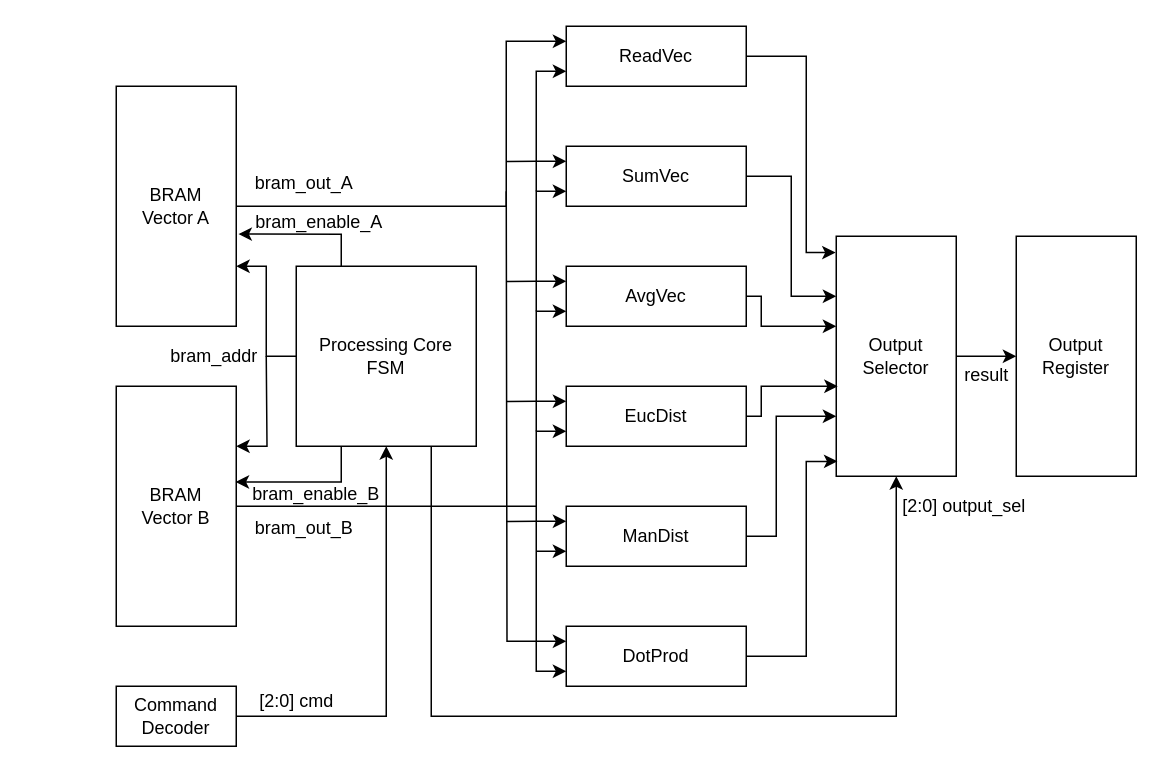
Grimrist/vector_coprocessor keeps this draw.io diagram as processing_core.drawio. Above is the earlier version. Source tidied: cells renumbered, new cells numbered last; positions are measured from the earlier drawing's top-left corner, leaving out a move shared by most shapes. Both pictures are drawn from the tidied source at 150%, with x=0, y=0 at pixel (116, 26).
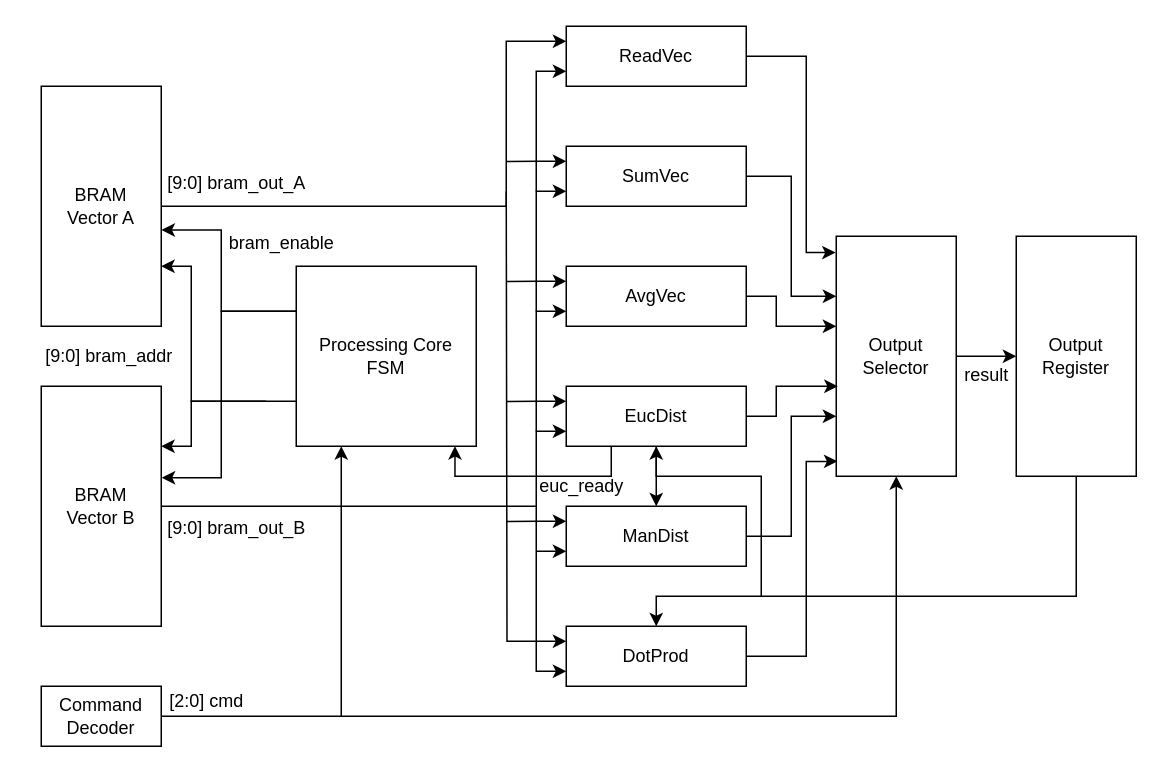
Above is the later version.

Commit message (it also covers changes not shown here):
Add processing core diagrams

Unchanged cells that the change refers to:
```xml
<mxCell id="14" value="SumVec" style="rounded=0;whiteSpace=wrap;html=1;" parent="1" vertex="1">
  <mxGeometry x="300" y="80" width="120" height="40" as="geometry" />
</mxCell>
<mxCell id="17" value="AvgVec" style="rounded=0;whiteSpace=wrap;html=1;" parent="1" vertex="1">
  <mxGeometry x="300" y="160" width="120" height="40" as="geometry" />
</mxCell>
<mxCell id="20" value="EucDist" style="rounded=0;whiteSpace=wrap;html=1;" parent="1" vertex="1">
  <mxGeometry x="300" y="240" width="120" height="40" as="geometry" />
</mxCell>
<mxCell id="24" value="ManDist" style="rounded=0;whiteSpace=wrap;html=1;" parent="1" vertex="1">
  <mxGeometry x="300" y="320" width="120" height="40" as="geometry" />
</mxCell>
<mxCell id="26" value="DotProd" style="rounded=0;whiteSpace=wrap;html=1;" parent="1" vertex="1">
  <mxGeometry x="300" y="400" width="120" height="40" as="geometry" />
</mxCell>
<mxCell id="29" value="Processing&amp;nbsp;&lt;span style=&quot;background-color: transparent; color: light-dark(rgb(0, 0, 0), rgb(255, 255, 255));&quot;&gt;Core&lt;/span&gt;&lt;div&gt;FSM&lt;/div&gt;" style="rounded=0;whiteSpace=wrap;html=1;" parent="1" vertex="1">
  <mxGeometry x="120" y="160" width="120" height="120" as="geometry" />
</mxCell>
<mxCell id="32" value="Output&lt;div&gt;Register&lt;/div&gt;" style="rounded=0;whiteSpace=wrap;html=1;" parent="1" vertex="1">
  <mxGeometry x="600" y="140" width="80" height="160" as="geometry" />
</mxCell>
<mxCell id="34" value="Output&lt;div&gt;Selector&lt;/div&gt;" style="rounded=0;whiteSpace=wrap;html=1;" parent="1" vertex="1">
  <mxGeometry x="480" y="140" width="80" height="160" as="geometry" />
</mxCell>
```

Diff of the diagram source:
```diff
@@
     <mxCell id="3" value="BRAM&lt;div&gt;Vector A&lt;/div&gt;" style="rounded=0;whiteSpace=wrap;html=1;" parent="1" vertex="1">
-      <mxGeometry y="40" width="80" height="160" as="geometry" />
+      <mxGeometry x="-50" y="40" width="80" height="160" as="geometry" />
     </mxCell>
     <mxCell id="4" style="edgeStyle=orthogonalEdgeStyle;rounded=0;jettySize=auto;html=1;exitX=1;exitY=0.25;exitDx=0;exitDy=0;endArrow=none;endFill=0;startArrow=classic;startFill=1;" parent="1" edge="1" source="6">
       <mxGeometry relative="1" as="geometry">
-        <mxPoint x="100" y="220" as="targetPoint" />
+        <mxPoint x="100" y="250" as="targetPoint" />
+        <Array as="points">
+          <mxPoint x="50" y="280" />
+          <mxPoint x="50" y="250" />
+        </Array>
       </mxGeometry>
     </mxCell>
@@
     <mxCell id="6" value="BRAM&lt;div&gt;Vector B&lt;/div&gt;" style="rounded=0;whiteSpace=wrap;html=1;" parent="1" vertex="1">
-      <mxGeometry y="240" width="80" height="160" as="geometry" />
+      <mxGeometry x="-50" y="240" width="80" height="160" as="geometry" />
     </mxCell>
-    <mxCell id="7" style="edgeStyle=orthogonalEdgeStyle;rounded=0;jettySize=auto;html=1;entryX=0.5;entryY=1;entryDx=0;entryDy=0;" parent="1" edge="1" source="8" target="29">
+    <mxCell id="7" style="edgeStyle=orthogonalEdgeStyle;rounded=0;jettySize=auto;html=1;entryX=0.25;entryY=1;entryDx=0;entryDy=0;" parent="1" edge="1" source="8" target="29">
       <mxGeometry relative="1" as="geometry" />
     </mxCell>
     <mxCell id="8" value="Command Decoder" style="rounded=0;whiteSpace=wrap;html=1;" parent="1" vertex="1">
-      <mxGeometry y="440" width="80" height="40" as="geometry" />
+      <mxGeometry x="-50" y="440" width="80" height="40" as="geometry" />
     </mxCell>
@@
     <mxCell id="12" style="edgeStyle=orthogonalEdgeStyle;rounded=0;jettySize=auto;html=1;entryX=0;entryY=0.25;entryDx=0;entryDy=0;" parent="1" edge="1" source="14" target="34">
-      <mxGeometry relative="1" as="geometry" />
+      <mxGeometry relative="1" as="geometry">
+        <Array as="points">
+          <mxPoint x="450" y="100" />
+          <mxPoint x="450" y="180" />
+        </Array>
+      </mxGeometry>
     </mxCell>
@@
+    <mxCell id="47" style="edgeStyle=orthogonalEdgeStyle;rounded=0;jettySize=auto;html=1;exitX=0.5;exitY=1;exitDx=0;exitDy=0;entryX=0.5;entryY=0;entryDx=0;entryDy=0;" parent="1" edge="1" source="20" target="24">
+      <mxGeometry relative="1" as="geometry" />
+    </mxCell>
@@
     <mxCell id="22" style="edgeStyle=orthogonalEdgeStyle;rounded=0;jettySize=auto;html=1;entryX=0;entryY=0.75;entryDx=0;entryDy=0;" parent="1" edge="1" source="24" target="34">
       <mxGeometry relative="1" as="geometry">
         <Array as="points">
-          <mxPoint x="440" y="340" />
-          <mxPoint x="440" y="260" />
+          <mxPoint x="450" y="340" />
+          <mxPoint x="450" y="260" />
         </Array>
       </mxGeometry>
     </mxCell>
@@
+    <mxCell id="48" style="edgeStyle=orthogonalEdgeStyle;rounded=0;jettySize=auto;html=1;exitX=0.5;exitY=0;exitDx=0;exitDy=0;endArrow=none;endFill=0;startArrow=classic;startFill=1;" parent="1" edge="1" source="26">
+      <mxGeometry relative="1" as="geometry">
+        <mxPoint x="430" y="380" as="targetPoint" />
+      </mxGeometry>
+    </mxCell>
@@
-    <mxCell id="27" style="edgeStyle=orthogonalEdgeStyle;rounded=0;jettySize=auto;html=1;entryX=1;entryY=0.75;entryDx=0;entryDy=0;" parent="1" edge="1" source="29" target="3">
-      <mxGeometry relative="1" as="geometry" />
+    <mxCell id="27" style="edgeStyle=orthogonalEdgeStyle;rounded=0;jettySize=auto;html=1;entryX=1;entryY=0.75;entryDx=0;entryDy=0;exitX=0;exitY=0.75;exitDx=0;exitDy=0;" parent="1" edge="1" source="29" target="3">
+      <mxGeometry relative="1" as="geometry">
+        <Array as="points">
+          <mxPoint x="50" y="250" />
+          <mxPoint x="50" y="160" />
+        </Array>
+      </mxGeometry>
     </mxCell>
-    <mxCell id="28" style="edgeStyle=orthogonalEdgeStyle;rounded=0;jettySize=auto;html=1;exitX=0.75;exitY=1;exitDx=0;exitDy=0;entryX=0.5;entryY=1;entryDx=0;entryDy=0;" parent="1" edge="1" source="29" target="34">
+    <mxCell id="28" style="edgeStyle=orthogonalEdgeStyle;rounded=0;jettySize=auto;html=1;entryX=0.5;entryY=1;entryDx=0;entryDy=0;" parent="1" edge="1" target="34">
       <mxGeometry relative="1" as="geometry">
+        <mxPoint x="150" y="460" as="sourcePoint" />
         <Array as="points">
-          <mxPoint x="210" y="460" />
           <mxPoint x="520" y="460" />
         </Array>
       </mxGeometry>
     </mxCell>
@@
-    <mxCell id="30" value="bram_addr" style="text;html=1;align=center;verticalAlign=middle;strokeColor=none;fillColor=none;" parent="1" vertex="1">
-      <mxGeometry x="20" y="205" width="90" height="30" as="geometry" />
+    <mxCell id="30" value="[9:0] bram_addr" style="text;html=1;align=center;verticalAlign=middle;strokeColor=none;fillColor=none;" parent="1" vertex="1">
+      <mxGeometry x="-60" y="205" width="110" height="30" as="geometry" />
     </mxCell>
     <mxCell id="31" value="[2:0] cmd" style="text;html=1;align=center;verticalAlign=middle;strokeColor=none;fillColor=none;" parent="1" vertex="1">
-      <mxGeometry x="80" y="435" width="80" height="30" as="geometry" />
+      <mxGeometry x="20" y="435" width="80" height="30" as="geometry" />
     </mxCell>
+    <mxCell id="49" style="edgeStyle=orthogonalEdgeStyle;rounded=0;jettySize=auto;html=1;exitX=0.5;exitY=1;exitDx=0;exitDy=0;" parent="1" edge="1" source="32">
+      <mxGeometry relative="1" as="geometry">
+        <mxPoint x="360" y="280" as="targetPoint" />
+        <Array as="points">
+          <mxPoint x="640" y="380" />
+          <mxPoint x="430" y="380" />
+          <mxPoint x="430" y="300" />
+          <mxPoint x="360" y="300" />
+        </Array>
+      </mxGeometry>
+    </mxCell>
@@
     <mxCell id="36" style="edgeStyle=orthogonalEdgeStyle;rounded=0;jettySize=auto;html=1;" parent="1" edge="1" source="17">
       <mxGeometry relative="1" as="geometry">
         <mxPoint x="480" y="200" as="targetPoint" />
         <Array as="points">
-          <mxPoint x="430" y="180" />
-          <mxPoint x="430" y="200" />
-          <mxPoint x="480" y="200" />
+          <mxPoint x="440" y="180" />
+          <mxPoint x="440" y="200" />
         </Array>
       </mxGeometry>
     </mxCell>
     <mxCell id="37" style="edgeStyle=orthogonalEdgeStyle;rounded=0;jettySize=auto;html=1;" parent="1" edge="1" source="20">
       <mxGeometry relative="1" as="geometry">
         <mxPoint x="481" y="240" as="targetPoint" />
         <Array as="points">
-          <mxPoint x="430" y="260" />
-          <mxPoint x="430" y="240" />
-          <mxPoint x="481" y="240" />
+          <mxPoint x="440" y="260" />
+          <mxPoint x="440" y="240" />
         </Array>
       </mxGeometry>
     </mxCell>
@@
-    <mxCell id="39" value="bram_out_A" style="text;html=1;align=center;verticalAlign=middle;strokeColor=none;fillColor=none;" parent="1" vertex="1">
-      <mxGeometry x="80" y="90" width="90" height="30" as="geometry" />
+    <mxCell id="39" value="[9:0] bram_out_A" style="text;html=1;align=center;verticalAlign=middle;strokeColor=none;fillColor=none;" parent="1" vertex="1">
+      <mxGeometry x="20" y="90" width="120" height="30" as="geometry" />
     </mxCell>
-    <mxCell id="40" value="bram_out_B" style="text;html=1;align=center;verticalAlign=middle;strokeColor=none;fillColor=none;" parent="1" vertex="1">
-      <mxGeometry x="80" y="320" width="90" height="30" as="geometry" />
+    <mxCell id="40" value="[9:0] bram_out_B" style="text;html=1;align=center;verticalAlign=middle;strokeColor=none;fillColor=none;" parent="1" vertex="1">
+      <mxGeometry x="20" y="320" width="120" height="30" as="geometry" />
     </mxCell>
@@
-    <mxCell id="42" value="[2:0] output_sel" style="text;html=1;align=center;verticalAlign=middle;strokeColor=none;fillColor=none;" parent="1" vertex="1">
-      <mxGeometry x="510" y="305" width="110" height="30" as="geometry" />
-    </mxCell>
+    <mxCell id="44" style="edgeStyle=orthogonalEdgeStyle;rounded=0;jettySize=auto;html=1;exitX=0;exitY=0.25;exitDx=0;exitDy=0;entryX=1.002;entryY=0.599;entryDx=0;entryDy=0;entryPerimeter=0;" parent="1" edge="1" source="29" target="3">
+      <mxGeometry relative="1" as="geometry">
+        <Array as="points">
+          <mxPoint x="70" y="190" />
+          <mxPoint x="70" y="136" />
+        </Array>
+      </mxGeometry>
+    </mxCell>
-    <mxCell id="43" style="edgeStyle=orthogonalEdgeStyle;rounded=0;jettySize=auto;html=1;exitX=0.25;exitY=1;exitDx=0;exitDy=0;entryX=0.995;entryY=0.399;entryDx=0;entryDy=0;entryPerimeter=0;" parent="1" edge="1" source="29" target="6">
-      <mxGeometry relative="1" as="geometry" />
+    <mxCell id="43" style="edgeStyle=orthogonalEdgeStyle;rounded=0;jettySize=auto;html=1;exitX=0;exitY=0.25;exitDx=0;exitDy=0;entryX=1.004;entryY=0.381;entryDx=0;entryDy=0;entryPerimeter=0;" parent="1" edge="1" source="29" target="6">
+      <mxGeometry relative="1" as="geometry">
+        <Array as="points">
+          <mxPoint x="70" y="190" />
+          <mxPoint x="70" y="301" />
+        </Array>
+      </mxGeometry>
     </mxCell>
-    <mxCell id="44" style="edgeStyle=orthogonalEdgeStyle;rounded=0;jettySize=auto;html=1;exitX=0.25;exitY=0;exitDx=0;exitDy=0;entryX=1.018;entryY=0.616;entryDx=0;entryDy=0;entryPerimeter=0;" parent="1" edge="1" source="29" target="3">
-      <mxGeometry relative="1" as="geometry" />
-    </mxCell>
-    <mxCell id="45" value="bram_enable_A" style="text;html=1;align=center;verticalAlign=middle;strokeColor=none;fillColor=none;" parent="1" vertex="1">
-      <mxGeometry x="80" y="116" width="110" height="30" as="geometry" />
-    </mxCell>
-    <mxCell id="46" value="bram_enable_B" style="text;html=1;align=center;verticalAlign=middle;strokeColor=none;fillColor=none;" parent="1" vertex="1">
-      <mxGeometry x="78" y="297" width="110" height="30" as="geometry" />
-    </mxCell>
+    <mxCell id="50" value="bram_enable" style="text;html=1;align=center;verticalAlign=middle;strokeColor=none;fillColor=none;" parent="1" vertex="1">
+      <mxGeometry x="60" y="130" width="100" height="30" as="geometry" />
+    </mxCell>
+    <mxCell id="51" style="edgeStyle=orthogonalEdgeStyle;rounded=0;jettySize=auto;html=1;entryX=0.882;entryY=0.999;entryDx=0;entryDy=0;entryPerimeter=0;exitX=0.25;exitY=1;exitDx=0;exitDy=0;" parent="1" edge="1" source="20" target="29">
+      <mxGeometry relative="1" as="geometry">
+        <Array as="points">
+          <mxPoint x="330" y="300" />
+          <mxPoint x="226" y="300" />
+        </Array>
+      </mxGeometry>
+    </mxCell>
+    <mxCell id="52" value="euc_ready" style="text;html=1;align=center;verticalAlign=middle;strokeColor=none;fillColor=none;" parent="1" vertex="1">
+      <mxGeometry x="270" y="292" width="80" height="30" as="geometry" />
+    </mxCell>
```
